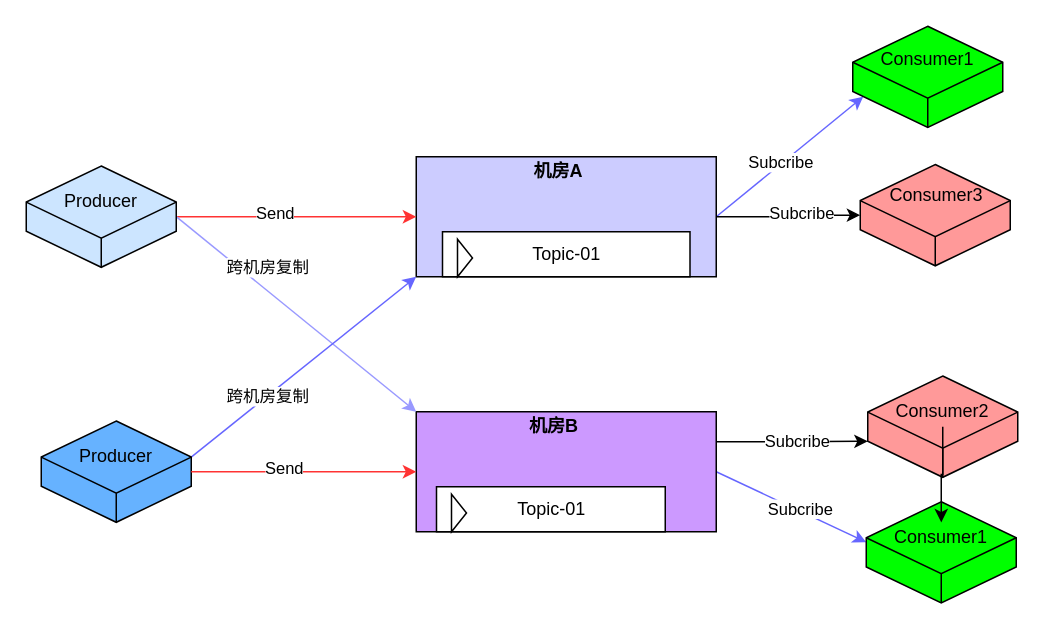
Earlier version of the draw.io diagram 跨机房复制.drawio (yongliangcode/diagram). Source tidied: cells renumbered, new cells numbered last; positions are measured from the earlier drawing's top-left corner, leaving out a move shared by most shapes. Both pictures are drawn from the tidied source at 150%, with x=0, y=0 at pixel (26, 26).
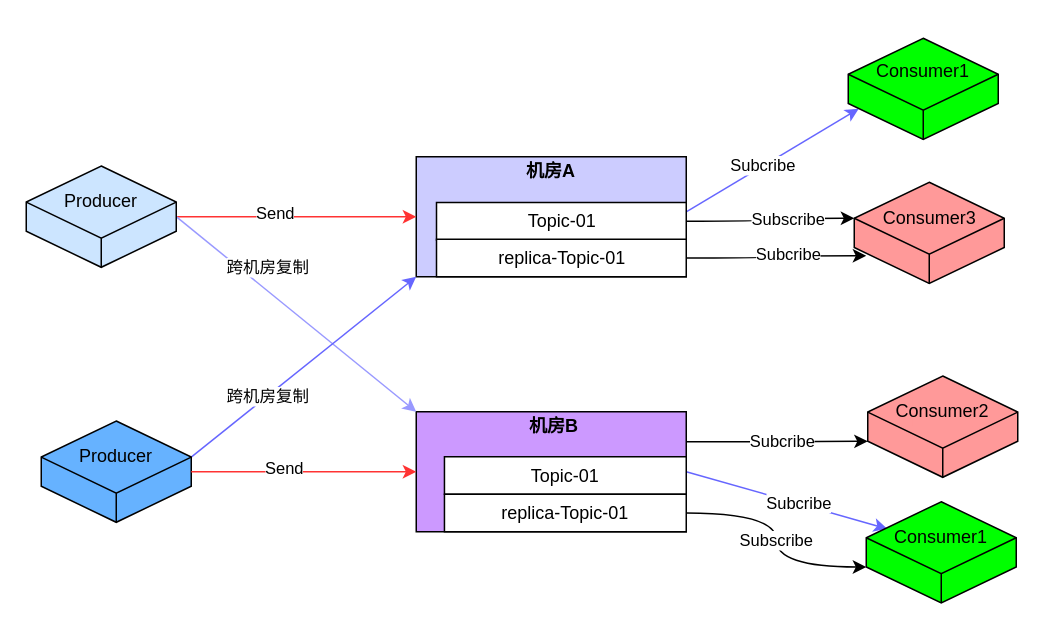
After the change.

Commit message:
Update 跨机房复制.drawio

The change refers to these unchanged cells:
```xml
<mxCell id="31" style="whiteSpace=wrap;html=1;shape=mxgraph.basic.isocube;isoAngle=15;fillColor=#00FF00;" parent="1" vertex="1">
  <mxGeometry x="560" y="317" width="100" height="67.5" as="geometry" />
</mxCell>
<mxCell id="33" value="Consumer1" style="text;html=1;strokeColor=none;fillColor=none;align=center;verticalAlign=middle;whiteSpace=wrap;rounded=0;" parent="1" vertex="1">
  <mxGeometry x="590" y="330.8" width="40" height="20" as="geometry" />
</mxCell>
```

The edit, as a diff of the source:
```diff
@@
-    <mxCell id="2" style="edgeStyle=none;rounded=0;jettySize=auto;html=1;exitX=1;exitY=0.5;exitDx=0;exitDy=0;entryX=0.07;entryY=0.696;entryDx=0;entryDy=0;entryPerimeter=0;strokeColor=#6666FF;" parent="1" edge="1" source="6" target="30">
+    <mxCell id="2" style="edgeStyle=none;rounded=0;jettySize=auto;html=1;exitX=1;exitY=0.25;exitDx=0;exitDy=0;entryX=0.07;entryY=0.696;entryDx=0;entryDy=0;entryPerimeter=0;strokeColor=#6666FF;" parent="1" edge="1" source="14" target="30">
       <mxGeometry relative="1" as="geometry" />
     </mxCell>
@@
-    <mxCell id="4" style="edgeStyle=orthogonalEdgeStyle;rounded=0;jettySize=auto;html=1;exitX=1;exitY=0.5;exitDx=0;exitDy=0;entryX=0;entryY=0.5;entryDx=0;entryDy=0;entryPerimeter=0;" parent="1" edge="1" source="6" target="37">
+    <mxCell id="4" style="edgeStyle=orthogonalEdgeStyle;rounded=0;jettySize=auto;html=1;exitX=1;exitY=0.5;exitDx=0;exitDy=0;curved=1;entryX=0.08;entryY=0.726;entryDx=0;entryDy=0;entryPerimeter=0;" parent="1" edge="1" source="41" target="37">
       <mxGeometry relative="1" as="geometry" />
     </mxCell>
@@
     <mxCell id="6" style="rounded=0;whiteSpace=wrap;html=1;fillColor=#CCCCFF;" parent="1" vertex="1">
-      <mxGeometry x="260" y="87" width="200" height="80" as="geometry" />
+      <mxGeometry x="260" y="87" width="180" height="80" as="geometry" />
     </mxCell>
-    <mxCell id="7" style="edgeStyle=none;rounded=0;jettySize=auto;html=1;exitX=1;exitY=0.5;exitDx=0;exitDy=0;strokeColor=#6666FF;" parent="1" edge="1" source="11">
-      <mxGeometry relative="1" as="geometry">
-        <mxPoint x="560" y="344" as="targetPoint" />
-      </mxGeometry>
+    <mxCell id="7" style="edgeStyle=none;rounded=0;jettySize=auto;html=1;exitX=1;exitY=0.5;exitDx=0;exitDy=0;strokeColor=#6666FF;entryX=0.14;entryY=0.267;entryDx=0;entryDy=0;entryPerimeter=0;" parent="1" edge="1" source="11" target="31">
+      <mxGeometry relative="1" as="geometry" />
     </mxCell>
@@
     <mxCell id="11" style="rounded=0;whiteSpace=wrap;html=1;fillColor=#CC99FF;" parent="1" vertex="1">
-      <mxGeometry x="260" y="257" width="200" height="80" as="geometry" />
+      <mxGeometry x="260" y="257" width="180" height="80" as="geometry" />
     </mxCell>
     <mxCell id="12" value="&lt;b&gt;机房A&lt;/b&gt;" style="text;html=1;strokeColor=none;fillColor=none;align=center;verticalAlign=middle;whiteSpace=wrap;rounded=0;" parent="1" vertex="1">
-      <mxGeometry x="300" y="87" width="110" height="20" as="geometry" />
+      <mxGeometry x="294.8" y="87" width="110" height="20" as="geometry" />
     </mxCell>
@@
+    <mxCell id="39" style="edgeStyle=orthogonalEdgeStyle;rounded=0;jettySize=auto;html=1;exitX=1;exitY=0.5;exitDx=0;exitDy=0;entryX=0;entryY=0;entryDx=0;entryDy=24.0078759080116;entryPerimeter=0;curved=1;" parent="1" edge="1" source="14" target="37">
+      <mxGeometry relative="1" as="geometry" />
+    </mxCell>
+    <mxCell id="40" value="Subscribe" style="edgeLabel;html=1;align=center;verticalAlign=middle;" parent="39" vertex="1">
+      <mxGeometry x="0.23" relative="1" as="geometry" />
+    </mxCell>
     <mxCell id="14" value="Topic-01" style="html=1;whiteSpace=wrap;" parent="1" vertex="1">
-      <mxGeometry x="277.5" y="137" width="165" height="30" as="geometry" />
+      <mxGeometry x="273.5" y="117.5" width="166.5" height="25" as="geometry" />
     </mxCell>
-    <mxCell id="15" style="triangle;html=1;whiteSpace=wrap;" parent="14" vertex="1">
-      <mxGeometry x="10" y="5" width="10" height="25" as="geometry" />
-    </mxCell>
     <mxCell id="16" value="Topic-01" style="html=1;whiteSpace=wrap;" parent="1" vertex="1">
-      <mxGeometry x="273.5" y="307" width="152.5" height="30" as="geometry" />
+      <mxGeometry x="278.8" y="287" width="161.2" height="25" as="geometry" />
     </mxCell>
-    <mxCell id="17" style="triangle;html=1;whiteSpace=wrap;" parent="16" vertex="1">
-      <mxGeometry x="10" y="5" width="10" height="25" as="geometry" />
-    </mxCell>
@@
     <mxCell id="30" style="whiteSpace=wrap;html=1;shape=mxgraph.basic.isocube;isoAngle=15;fillColor=#00FF00;" parent="1" vertex="1">
-      <mxGeometry x="551" width="100" height="67.5" as="geometry" />
+      <mxGeometry x="548" y="8" width="100" height="67.5" as="geometry" />
     </mxCell>
@@
     <mxCell id="32" value="Consumer1" style="text;html=1;strokeColor=none;fillColor=none;align=center;verticalAlign=middle;whiteSpace=wrap;rounded=0;" parent="1" vertex="1">
-      <mxGeometry x="581" y="10" width="40" height="23.8" as="geometry" />
+      <mxGeometry x="578" y="18" width="40" height="23.8" as="geometry" />
     </mxCell>
@@
-    <mxCell id="35" style="edgeStyle=orthogonalEdgeStyle;rounded=0;jettySize=auto;html=1;" parent="1" edge="1" source="36" target="33">
-      <mxGeometry relative="1" as="geometry" />
-    </mxCell>
-    <mxCell id="36" value="Consumer2" style="text;html=1;strokeColor=none;fillColor=none;align=center;verticalAlign=middle;whiteSpace=wrap;rounded=0;" parent="1" vertex="1">
+    <mxCell id="36" value="Consumer2" style="text;html=1;strokeColor=none;fillColor=#FF9999;align=center;verticalAlign=middle;whiteSpace=wrap;rounded=0;" parent="1" vertex="1">
       <mxGeometry x="591" y="247" width="40" height="20" as="geometry" />
     </mxCell>
     <mxCell id="37" style="whiteSpace=wrap;html=1;shape=mxgraph.basic.isocube;isoAngle=15;fillColor=#FF9999;" parent="1" vertex="1">
-      <mxGeometry x="556" y="92.2" width="100" height="67.5" as="geometry" />
+      <mxGeometry x="552" y="104" width="100" height="67.5" as="geometry" />
     </mxCell>
     <mxCell id="38" value="Consumer3" style="text;html=1;strokeColor=none;fillColor=none;align=center;verticalAlign=middle;whiteSpace=wrap;rounded=0;" parent="1" vertex="1">
-      <mxGeometry x="587" y="103.2" width="40" height="20" as="geometry" />
+      <mxGeometry x="586.5" y="117.5" width="31" height="21.5" as="geometry" />
     </mxCell>
+    <mxCell id="41" value="replica-Topic-01" style="html=1;whiteSpace=wrap;" parent="1" vertex="1">
+      <mxGeometry x="273.5" y="142" width="166.5" height="25" as="geometry" />
+    </mxCell>
+    <mxCell id="42" value="Subscribe" style="edgeStyle=orthogonalEdgeStyle;curved=1;rounded=0;jettySize=auto;html=1;exitX=1;exitY=0.5;exitDx=0;exitDy=0;entryX=0;entryY=0;entryDx=0;entryDy=43.4921240919884;entryPerimeter=0;" parent="1" edge="1" source="43" target="31">
+      <mxGeometry relative="1" as="geometry" />
+    </mxCell>
+    <mxCell id="43" value="replica-Topic-01" style="html=1;whiteSpace=wrap;" parent="1" vertex="1">
+      <mxGeometry x="278.8" y="312" width="161.2" height="25" as="geometry" />
+    </mxCell>
```
